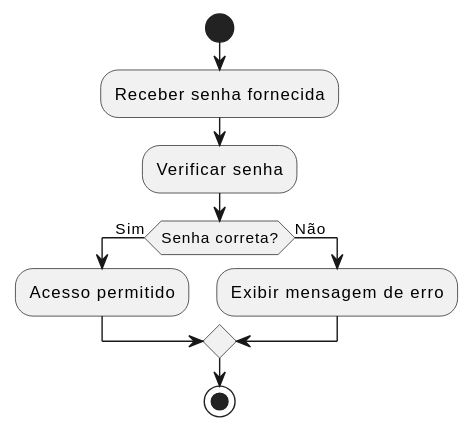
This is specs/diagramas_atv/svg/uml_usuario_atv03.svg from Phenrique-sousa/APS-documents, a PlantUML export, as it was before one commit. Its diagram source:
```plantuml
@startuml
start

:Receber senha fornecida;
:Verificar senha;
if (Senha correta?) then (Sim)
  :Acesso permitido;
else (Não)
  :Exibir mensagem de erro;
endif
stop
@enduml
```
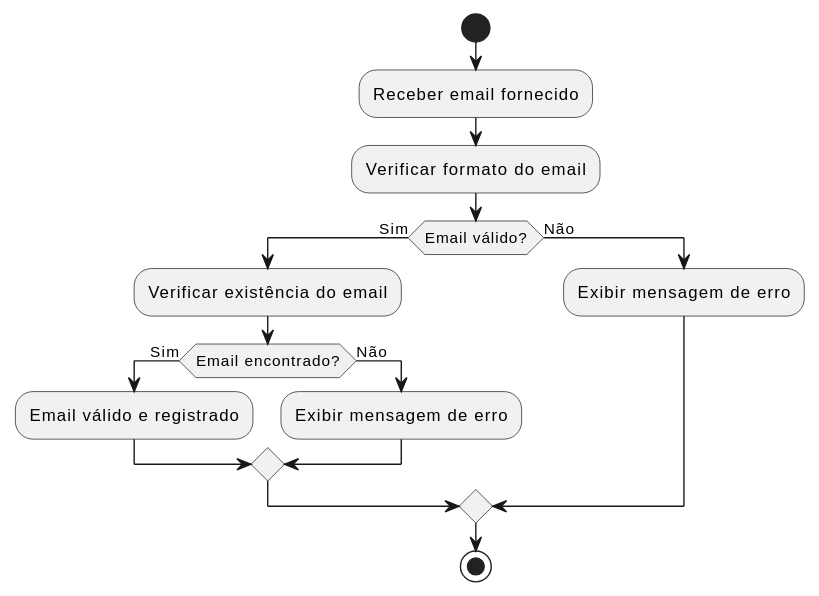
After the commit.

The edit, as a diff of the source:
```diff
@@ -1,10 +1,15 @@
 @startuml
 start
 
-:Receber senha fornecida;
-:Verificar senha;
-if (Senha correta?) then (Sim)
-  :Acesso permitido;
+:Receber email fornecido;
+:Verificar formato do email;
+if (Email válido?) then (Sim)
+  :Verificar existência do email;
+  if (Email encontrado?) then (Sim)
+    :Email válido e registrado;
+  else (Não)
+    :Exibir mensagem de erro;
+  endif
 else (Não)
   :Exibir mensagem de erro;
 endif
```
